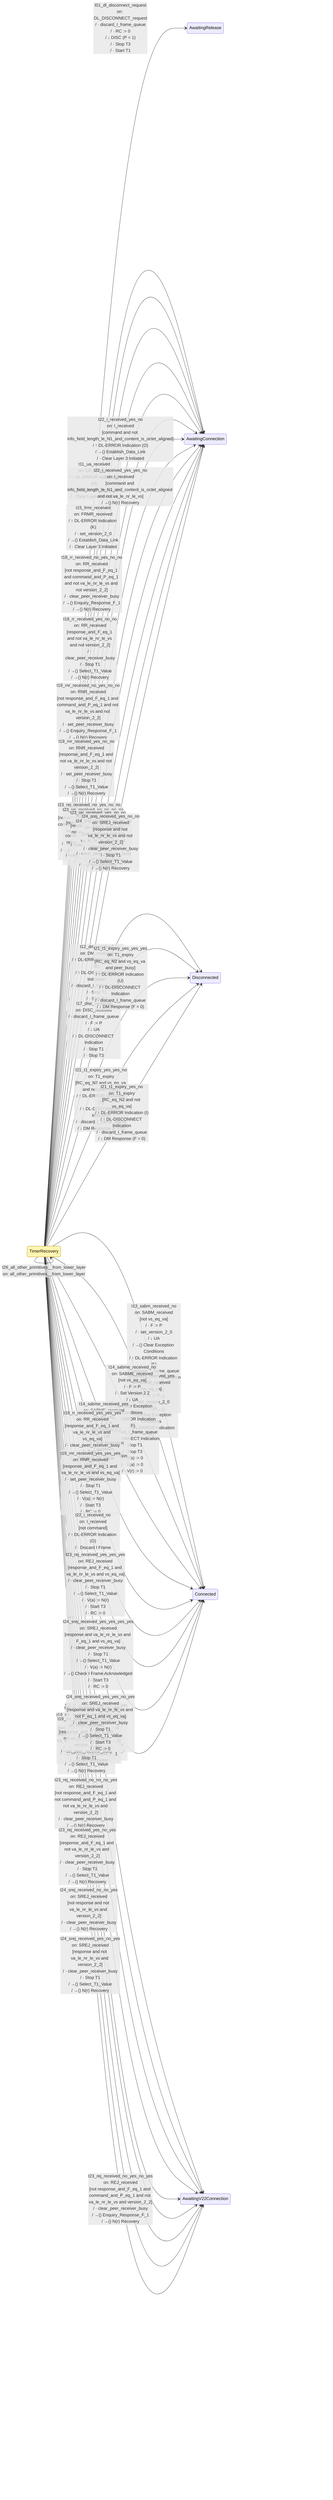
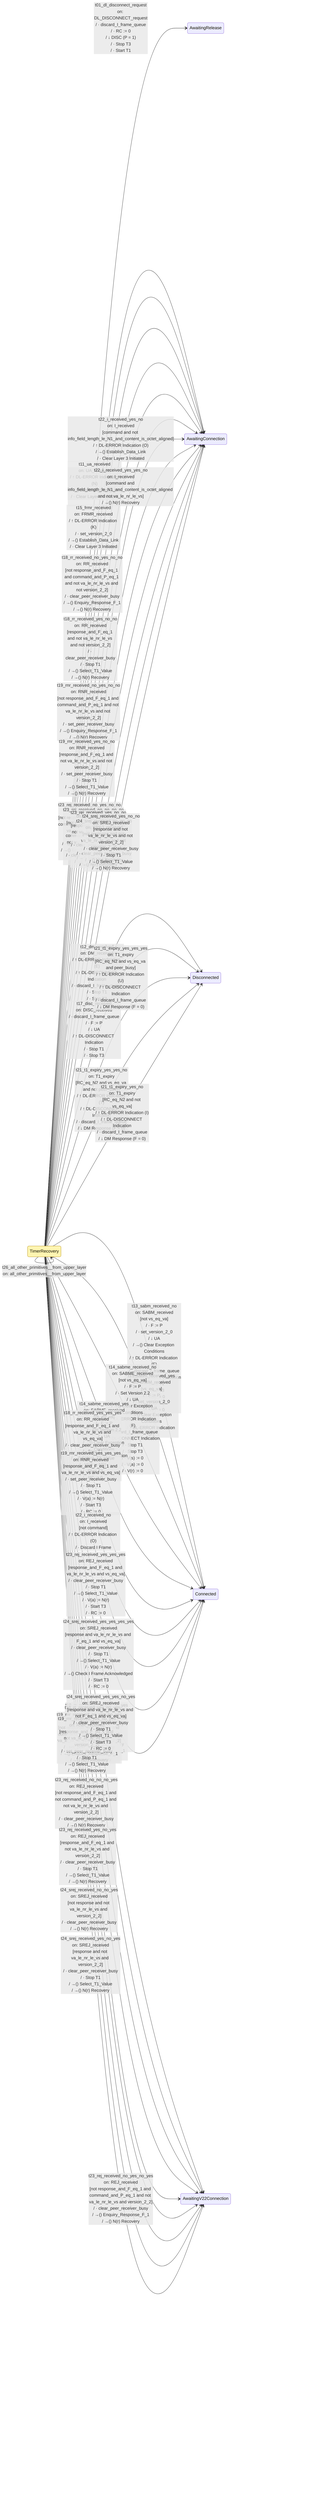
- %% This file was produced by codegen/src/Packet.Sdl.CodeGen from spec-sdl/v2.2-errata/data-link/yaml/timer_recovery.sdl.yaml
+ %% This file was produced by codegen/src/Packet.Sdl.CodeGen from /home/tf/src/ax25sdl/spec-sdl/v2.2-errata/data-link/yaml/timer_recovery.sdl.yaml
%% Do not edit by hand. Run `dotnet run --project codegen/src/Packet.Sdl.CodeGen` to regenerate.
%%
%% Source: ax.25.2.2.4_Oct_25, figure figc4.5
%% Coverage: complete
%%
%% Important: this rendering is approximate and intentionally
%% looks nothing like the original SDL figure. It is a machine-
%% generated view of the transitions in the .sdl.yaml — useful
%% for spotting transcription bugs (missing transitions, wrong
%% destination state) but NOT a substitute for reading the spec
%% figure itself. See docs/sdl-primer.md.

stateDiagram-v2
    direction LR

    classDef focal fill:#fff5b1,stroke:#b08800;
    class TimerRecovery focal
    TimerRecovery --> AwaitingRelease: t01_dl_disconnect_request<br/>on: DL_DISCONNECT_request<br/>/ · discard_I_frame_queue<br/>/ · RC := 0<br/>/ ↓ DISC (P = 1)<br/>/ · Stop T3<br/>/ · Start T1
    TimerRecovery --> TimerRecovery: t02_dl_data_request<br/>on: DL_DATA_request<br/>/ ⇢ Push on I Frame Queue
    TimerRecovery --> TimerRecovery: t03_i_frame_pops_off_queue_yes<br/>on: I_frame_pops_off_queue<br/>[peer_receiver_busy]<br/>/ ⇢ Push I Frame on I Queue
    TimerRecovery --> TimerRecovery: t03_i_frame_pops_off_queue_no_yes<br/>on: I_frame_pops_off_queue<br/>[not peer_receiver_busy and vs_eq_va_plus_k]<br/>/ ⇢ Push I Frame on I Queue
    TimerRecovery --> TimerRecovery: t03_i_frame_pops_off_queue_no_no_yes<br/>on: I_frame_pops_off_queue<br/>[not peer_receiver_busy and not vs_eq_va_plus_k and T1_running]<br/>/ · N(s) := V(s)<br/>/ · N(R) := V(r)<br/>/ · P := 0<br/>/ ↓ I Command<br/>/ · V(s) := V(s) + 1<br/>/ · Clear Acknowledge Pending
    TimerRecovery --> TimerRecovery: t03_i_frame_pops_off_queue_no_no_no<br/>on: I_frame_pops_off_queue<br/>[not peer_receiver_busy and not vs_eq_va_plus_k and not T1_running]<br/>/ · N(s) := V(s)<br/>/ · N(R) := V(r)<br/>/ · P := 0<br/>/ ↓ I Command<br/>/ · V(s) := V(s) + 1<br/>/ · Clear Acknowledge Pending<br/>/ · Stop T3<br/>/ · Start T1
    TimerRecovery --> TimerRecovery: t04_dl_unit_data_request<br/>on: DL_UNIT_DATA_request<br/>/ ↓ UI Command
    TimerRecovery --> TimerRecovery: t05_dl_flow_off_request_yes<br/>on: DL_FLOW_OFF_request<br/>[own_receiver_busy]<br/>/ · Set Own Receiver Busy<br/>/ ↓ RNR Response (F = 0)<br/>/ · Clear Acknowledge Pending
    TimerRecovery --> TimerRecovery: t05_dl_flow_off_request_no<br/>on: DL_FLOW_OFF_request<br/>[not own_receiver_busy]
    TimerRecovery --> TimerRecovery: t06_dl_flow_on_request_yes_no<br/>on: DL_FLOW_ON_request<br/>[own_receiver_busy and not T1_running]<br/>/ · Clear Own Receiver Busy<br/>/ ↓ RR Command (P = 0)<br/>/ · Clear Acknowledge Pending<br/>/ · Stop T3<br/>/ · Start T1
    TimerRecovery --> TimerRecovery: t06_dl_flow_on_request_yes_yes<br/>on: DL_FLOW_ON_request<br/>[own_receiver_busy and T1_running]<br/>/ · Clear Own Receiver Busy<br/>/ ↓ RR Command (P = 0)<br/>/ · Clear Acknowledge Pending
    TimerRecovery --> TimerRecovery: t06_dl_flow_on_request_no<br/>on: DL_FLOW_ON_request<br/>[not own_receiver_busy]
    TimerRecovery --> TimerRecovery: t07_dl_connect_request<br/>on: DL_CONNECT_request<br/>/ · discard_I_frame_queue<br/>/ →() Establish_Data_Link<br/>/ · Set Layer 3 Initiated
    TimerRecovery --> TimerRecovery: t08_control_field_error<br/>on: control_field_error<br/>/ ↑ DL-ERROR Indication (L)<br/>/ · discard_I_frame_queue<br/>/ →() Establish_Data_Link<br/>/ · Set Layer 3 Initiated
    TimerRecovery --> TimerRecovery: t09_info_not_permitted_in_frame<br/>on: info_not_permitted_in_frame<br/>/ ↑ DL-ERROR Indication (M)<br/>/ · discard_I_frame_queue<br/>/ →() Establish_Data_Link<br/>/ · Set Layer 3 Initiated
    TimerRecovery --> TimerRecovery: t10_u_or_s_frame_length_error<br/>on: u_or_s_frame_length_error<br/>/ ↑ DL-ERROR Indication (N)<br/>/ · discard_I_frame_queue<br/>/ →() Establish_Data_Link<br/>/ · Set Layer 3 Initiated
    TimerRecovery --> AwaitingConnection: t11_ua_received<br/>on: UA_received<br/>/ ↑ DL-ERROR Indication (N)<br/>/ →() Establish_Data_Link<br/>/ · Clear Layer 3 Initiated
    TimerRecovery --> Disconnected: t12_dm_received<br/>on: DM_received<br/>/ ↑ DL-ERROR Indication (E)<br/>/ ↑ DL-DISCONNECT Indication<br/>/ · discard_I_frame_queue<br/>/ · Stop T1<br/>/ · Stop T3
    TimerRecovery --> Connected: t13_sabm_received_no<br/>on: SABM_received<br/>[not vs_eq_va]<br/>/ · F := P<br/>/ · set_version_2_0<br/>/ ↓ UA<br/>/ →() Clear Exception Conditions<br/>/ ↑ DL-ERROR Indication (F)<br/>/ · discard_I_frame_queue<br/>/ ↑ DL-CONNECT Indication<br/>/ · Stop T1<br/>/ · Stop T3<br/>/ · V(s) := 0<br/>/ · V(a) := 0<br/>/ · V(r) := 0
    TimerRecovery --> Connected: t13_sabm_received_yes<br/>on: SABM_received<br/>[vs_eq_va]<br/>/ · F := P<br/>/ · set_version_2_0<br/>/ ↓ UA<br/>/ →() Clear Exception Conditions<br/>/ ↑ DL-ERROR Indication (F)
    TimerRecovery --> Connected: t14_sabme_received_no<br/>on: SABME_received<br/>[not vs_eq_va]<br/>/ · F := P<br/>/ · Set Version 2.2<br/>/ ↓ UA<br/>/ →() Clear Exception Conditions<br/>/ ↑ DL-ERROR Indication (F)<br/>/ · discard_I_frame_queue<br/>/ ↑ DL-CONNECT Indication<br/>/ · Stop T1<br/>/ · Stop T3<br/>/ · V(s) := 0<br/>/ · V(a) := 0<br/>/ · V(r) := 0
    TimerRecovery --> Connected: t14_sabme_received_yes<br/>on: SABME_received<br/>[vs_eq_va]<br/>/ · F := P<br/>/ · Set Version 2.2<br/>/ ↓ UA<br/>/ →() Clear Exception Conditions<br/>/ ↑ DL-ERROR Indication (F)
    TimerRecovery --> AwaitingConnection: t15_frmr_received<br/>on: FRMR_received<br/>/ ↑ DL-ERROR Indication (K)<br/>/ · set_version_2_0<br/>/ →() Establish_Data_Link<br/>/ · Clear Layer 3 Initiated
    TimerRecovery --> TimerRecovery: t16_ui_received_yes<br/>on: UI_received<br/>[P_eq_1]<br/>/ →() UI Check<br/>/ →() Enquiry_Response_F_1
    TimerRecovery --> TimerRecovery: t16_ui_received_no<br/>on: UI_received<br/>[not P_eq_1]<br/>/ →() UI Check
    TimerRecovery --> Disconnected: t17_disc_received<br/>on: DISC_received<br/>/ · discard_I_frame_queue<br/>/ · F := P<br/>/ ↓ UA<br/>/ ↑ DL-DISCONNECT Indication<br/>/ · Stop T1<br/>/ · Stop T3
    TimerRecovery --> TimerRecovery: t18_rr_received_no_yes_yes<br/>on: RR_received<br/>[not response_and_F_eq_1 and command_and_P_eq_1 and va_le_nr_le_vs]<br/>/ · clear_peer_receiver_busy<br/>/ →() Enquiry_Response_F_1<br/>/ · V(a) := N(r)
    TimerRecovery --> AwaitingConnection: t18_rr_received_no_yes_no_no<br/>on: RR_received<br/>[not response_and_F_eq_1 and command_and_P_eq_1 and not va_le_nr_le_vs and not version_2_2]<br/>/ · clear_peer_receiver_busy<br/>/ →() Enquiry_Response_F_1<br/>/ →() N(r) Recovery
    TimerRecovery --> AwaitingV22Connection: t18_rr_received_no_yes_no_yes<br/>on: RR_received<br/>[not response_and_F_eq_1 and command_and_P_eq_1 and not va_le_nr_le_vs and version_2_2]<br/>/ · clear_peer_receiver_busy<br/>/ →() Enquiry_Response_F_1<br/>/ →() N(r) Recovery
    TimerRecovery --> TimerRecovery: t18_rr_received_no_no_yes<br/>on: RR_received<br/>[not response_and_F_eq_1 and not command_and_P_eq_1 and va_le_nr_le_vs]<br/>/ · clear_peer_receiver_busy<br/>/ · V(a) := N(r)
    TimerRecovery --> TimerRecovery: t18_rr_received_no_no_no<br/>on: RR_received<br/>[not response_and_F_eq_1 and not command_and_P_eq_1 and not va_le_nr_le_vs]<br/>/ · clear_peer_receiver_busy<br/>/ →() N(r) Recovery
    TimerRecovery --> AwaitingConnection: t18_rr_received_yes_no_no<br/>on: RR_received<br/>[response_and_F_eq_1 and not va_le_nr_le_vs and not version_2_2]<br/>/ · clear_peer_receiver_busy<br/>/ · Stop T1<br/>/ →() Select_T1_Value<br/>/ →() N(r) Recovery
    TimerRecovery --> AwaitingV22Connection: t18_rr_received_yes_no_yes<br/>on: RR_received<br/>[response_and_F_eq_1 and not va_le_nr_le_vs and version_2_2]<br/>/ · clear_peer_receiver_busy<br/>/ · Stop T1<br/>/ →() Select_T1_Value<br/>/ →() N(r) Recovery
    TimerRecovery --> TimerRecovery: t18_rr_received_yes_yes_no<br/>on: RR_received<br/>[response_and_F_eq_1 and va_le_nr_le_vs and not vs_eq_va]<br/>/ · clear_peer_receiver_busy<br/>/ · Stop T1<br/>/ →() Select_T1_Value<br/>/ · V(a) := N(r)<br/>/ →() Invoke Retransmission<br/>/ · Stop T3<br/>/ · Start T1<br/>/ · Set Acknowledge Pending
    TimerRecovery --> Connected: t18_rr_received_yes_yes_yes<br/>on: RR_received<br/>[response_and_F_eq_1 and va_le_nr_le_vs and vs_eq_va]<br/>/ · clear_peer_receiver_busy<br/>/ · Stop T1<br/>/ →() Select_T1_Value<br/>/ · V(a) := N(r)<br/>/ · Start T3<br/>/ · RC := 0
    TimerRecovery --> TimerRecovery: t19_rnr_received_no_yes_yes<br/>on: RNR_received<br/>[not response_and_F_eq_1 and command_and_P_eq_1 and va_le_nr_le_vs]<br/>/ · set_peer_receiver_busy<br/>/ →() Enquiry_Response_F_1<br/>/ · V(a) := N(r)
    TimerRecovery --> AwaitingConnection: t19_rnr_received_no_yes_no_no<br/>on: RNR_received<br/>[not response_and_F_eq_1 and command_and_P_eq_1 and not va_le_nr_le_vs and not version_2_2]<br/>/ · set_peer_receiver_busy<br/>/ →() Enquiry_Response_F_1<br/>/ →() N(r) Recovery
    TimerRecovery --> AwaitingV22Connection: t19_rnr_received_no_yes_no_yes<br/>on: RNR_received<br/>[not response_and_F_eq_1 and command_and_P_eq_1 and not va_le_nr_le_vs and version_2_2]<br/>/ · set_peer_receiver_busy<br/>/ →() Enquiry_Response_F_1<br/>/ →() N(r) Recovery
    TimerRecovery --> TimerRecovery: t19_rnr_received_no_no_yes<br/>on: RNR_received<br/>[not response_and_F_eq_1 and not command_and_P_eq_1 and va_le_nr_le_vs]<br/>/ · set_peer_receiver_busy<br/>/ · V(a) := N(r)
    TimerRecovery --> TimerRecovery: t19_rnr_received_no_no_no<br/>on: RNR_received<br/>[not response_and_F_eq_1 and not command_and_P_eq_1 and not va_le_nr_le_vs]<br/>/ · set_peer_receiver_busy<br/>/ →() N(r) Recovery
    TimerRecovery --> AwaitingConnection: t19_rnr_received_yes_no_no<br/>on: RNR_received<br/>[response_and_F_eq_1 and not va_le_nr_le_vs and not version_2_2]<br/>/ · set_peer_receiver_busy<br/>/ · Stop T1<br/>/ →() Select_T1_Value<br/>/ →() N(r) Recovery
    TimerRecovery --> AwaitingV22Connection: t19_rnr_received_yes_no_yes<br/>on: RNR_received<br/>[response_and_F_eq_1 and not va_le_nr_le_vs and version_2_2]<br/>/ · set_peer_receiver_busy<br/>/ · Stop T1<br/>/ →() Select_T1_Value<br/>/ →() N(r) Recovery
    TimerRecovery --> TimerRecovery: t19_rnr_received_yes_yes_no<br/>on: RNR_received<br/>[response_and_F_eq_1 and va_le_nr_le_vs and not vs_eq_va]<br/>/ · set_peer_receiver_busy<br/>/ · Stop T1<br/>/ →() Select_T1_Value<br/>/ · V(a) := N(r)<br/>/ →() Invoke Retransmission<br/>/ · Stop T3<br/>/ · Start T1<br/>/ · Set Acknowledge Pending
    TimerRecovery --> Connected: t19_rnr_received_yes_yes_yes<br/>on: RNR_received<br/>[response_and_F_eq_1 and va_le_nr_le_vs and vs_eq_va]<br/>/ · set_peer_receiver_busy<br/>/ · Stop T1<br/>/ →() Select_T1_Value<br/>/ · V(a) := N(r)<br/>/ · Start T3<br/>/ · RC := 0
    TimerRecovery --> TimerRecovery: t20_lm_seize_confirm_yes<br/>on: LM_SEIZE_confirm<br/>[ACK_pending]<br/>/ · Clear Acknowledge Pending<br/>/ →() Enquiry Response (F = 0)<br/>/ ↓ LM_RELEASE Request
    TimerRecovery --> TimerRecovery: t20_lm_seize_confirm_no<br/>on: LM_SEIZE_confirm<br/>[not ACK_pending]<br/>/ ↓ LM_RELEASE Request
    TimerRecovery --> TimerRecovery: t21_t1_expiry_no<br/>on: T1_expiry<br/>[not RC_eq_N2]<br/>/ →() Transmit Enquiry<br/>/ · RC := RC + 1
    TimerRecovery --> Disconnected: t21_t1_expiry_yes_yes_yes<br/>on: T1_expiry<br/>[RC_eq_N2 and vs_eq_va and peer_busy]<br/>/ ↑ DL-ERROR Indication (U)<br/>/ ↑ DL-DISCONNECT Indication<br/>/ · discard_I_frame_queue<br/>/ ↓ DM Response (F = 0)
    TimerRecovery --> Disconnected: t21_t1_expiry_yes_yes_no<br/>on: T1_expiry<br/>[RC_eq_N2 and vs_eq_va and not peer_busy]<br/>/ ↑ DL-ERROR Indication (T)<br/>/ ↑ DL-DISCONNECT Indication<br/>/ · discard_I_frame_queue<br/>/ ↓ DM Response (F = 0)
    TimerRecovery --> Disconnected: t21_t1_expiry_yes_no<br/>on: T1_expiry<br/>[RC_eq_N2 and not vs_eq_va]<br/>/ ↑ DL-ERROR Indication (I)<br/>/ ↑ DL-DISCONNECT Indication<br/>/ · discard_I_frame_queue<br/>/ ↓ DM Response (F = 0)
    TimerRecovery --> Connected: t22_i_received_no<br/>on: I_received<br/>[not command]<br/>/ ↑ DL-ERROR Indication (O)<br/>/ · Discard I Frame
    TimerRecovery --> AwaitingConnection: t22_i_received_yes_no<br/>on: I_received<br/>[command and not info_field_length_le_N1_and_content_is_octet_aligned]<br/>/ ↑ DL-ERROR Indication (O)<br/>/ →() Establish_Data_Link<br/>/ · Clear Layer 3 Initiated
    TimerRecovery --> AwaitingConnection: t22_i_received_yes_yes_no<br/>on: I_received<br/>[command and info_field_length_le_N1_and_content_is_octet_aligned and not va_le_nr_le_vs]<br/>/ →() N(r) Recovery
    TimerRecovery --> TimerRecovery: t22_i_received_yes_yes_yes_yes_yes<br/>on: I_received<br/>[command and info_field_length_le_N1_and_content_is_octet_aligned and va_le_nr_le_vs and own_receive_busy and P_eq_1]<br/>/ →() Check_I_Frame_Acknowledged<br/>/ · Discard Contents of I Frame<br/>/ · F := 1<br/>/ · N(r) := V(r)<br/>/ ↓ RNR<br/>/ · Clear Acknowledge Pending
    TimerRecovery --> TimerRecovery: t22_i_received_yes_yes_yes_yes_no<br/>on: I_received<br/>[command and info_field_length_le_N1_and_content_is_octet_aligned and va_le_nr_le_vs and own_receive_busy and not P_eq_1]<br/>/ →() Check_I_Frame_Acknowledged<br/>/ · Discard Contents of I Frame
    TimerRecovery --> TimerRecovery: t22_i_received_yes_yes_yes_no_yes_no_yes<br/>on: I_received<br/>[command and info_field_length_le_N1_and_content_is_octet_aligned and va_le_nr_le_vs and not own_receive_busy and ns_eq_vr and P_eq_1]<br/>/ →() Check_I_Frame_Acknowledged<br/>/ · V(r) := V(r) + 1<br/>/ · Clear Reject Exception<br/>/ · Decrement Sreject Exception if > 0<br/>/ ↑ DL-DATA Indication<br/>/ · F := 1<br/>/ · N(r) := V(r)<br/>/ ↓ RR<br/>/ · Clear Acknowledge Pending
    TimerRecovery --> TimerRecovery: t22_i_received_yes_yes_yes_no_yes_no_no_no<br/>on: I_received<br/>[command and info_field_length_le_N1_and_content_is_octet_aligned and va_le_nr_le_vs and not own_receive_busy and ns_eq_vr and not P_eq_1 and not ack_pending]<br/>/ →() Check_I_Frame_Acknowledged<br/>/ · V(r) := V(r) + 1<br/>/ · Clear Reject Exception<br/>/ · Decrement Sreject Exception if > 0<br/>/ ↑ DL-DATA Indication<br/>/ · Set Acknowledge Pending<br/>/ ↓ LM-SIEZE Request
    TimerRecovery --> TimerRecovery: t22_i_received_yes_yes_yes_no_yes_no_no_yes<br/>on: I_received<br/>[command and info_field_length_le_N1_and_content_is_octet_aligned and va_le_nr_le_vs and not own_receive_busy and ns_eq_vr and not P_eq_1 and ack_pending]<br/>/ →() Check_I_Frame_Acknowledged<br/>/ · V(r) := V(r) + 1<br/>/ · Clear Reject Exception<br/>/ · Decrement Sreject Exception if > 0<br/>/ ↑ DL-DATA Indication
    TimerRecovery --> TimerRecovery: t22_i_received_yes_yes_yes_no_no_yes_yes<br/>on: I_received<br/>[command and info_field_length_le_N1_and_content_is_octet_aligned and va_le_nr_le_vs and not own_receive_busy and not ns_eq_vr and reject_exception and P_eq_1]<br/>/ →() Check_I_Frame_Acknowledged<br/>/ · Discard Contents of I Frame<br/>/ · F := 1<br/>/ · N(r) := V(r)<br/>/ ↓ RR<br/>/ · Clear Acknowledge Pending
    TimerRecovery --> TimerRecovery: t22_i_received_yes_yes_yes_no_no_yes_no<br/>on: I_received<br/>[command and info_field_length_le_N1_and_content_is_octet_aligned and va_le_nr_le_vs and not own_receive_busy and not ns_eq_vr and reject_exception and not P_eq_1]<br/>/ →() Check_I_Frame_Acknowledged<br/>/ · Discard Contents of I Frame
    TimerRecovery --> TimerRecovery: t22_i_received_yes_yes_yes_no_no_no_no<br/>on: I_received<br/>[command and info_field_length_le_N1_and_content_is_octet_aligned and va_le_nr_le_vs and not own_receive_busy and not ns_eq_vr and not reject_exception and not SREJ_enabled]<br/>/ →() Check_I_Frame_Acknowledged<br/>/ · Discard Contents of I Frame<br/>/ · Set Reject Exception<br/>/ · F := P<br/>/ · N(r) := V(r)<br/>/ ↓ REJ<br/>/ · Set Acknowledge Pending
    TimerRecovery --> TimerRecovery: t22_i_received_yes_yes_yes_no_no_no_yes_no_yes<br/>on: I_received<br/>[command and info_field_length_le_N1_and_content_is_octet_aligned and va_le_nr_le_vs and not own_receive_busy and not ns_eq_vr and not reject_exception and SREJ_enabled and not sreject_exception_gt_0 and ns_gt_vr_plus_1]<br/>/ →() Check_I_Frame_Acknowledged<br/>/ · Save Contents of I Frame<br/>/ · Discard Contents of I Frame<br/>/ · Set Reject Exception<br/>/ · F := P<br/>/ · N(r) := V(r)<br/>/ ↓ REJ<br/>/ · Set Acknowledge Pending
    TimerRecovery --> TimerRecovery: t22_i_received_yes_yes_yes_no_no_no_yes_no_no<br/>on: I_received<br/>[command and info_field_length_le_N1_and_content_is_octet_aligned and va_le_nr_le_vs and not own_receive_busy and not ns_eq_vr and not reject_exception and SREJ_enabled and not sreject_exception_gt_0 and not ns_gt_vr_plus_1]<br/>/ →() Check_I_Frame_Acknowledged<br/>/ · Save Contents of I Frame<br/>/ · N(r) := V(r)<br/>/ · F := 1<br/>/ · Sreject := Sreject + 1<br/>/ ↓ SREJ
    TimerRecovery --> TimerRecovery: t22_i_received_yes_yes_yes_no_no_no_yes_yes<br/>on: I_received<br/>[command and info_field_length_le_N1_and_content_is_octet_aligned and va_le_nr_le_vs and not own_receive_busy and not ns_eq_vr and not reject_exception and SREJ_enabled and sreject_exception_gt_0]<br/>/ →() Check_I_Frame_Acknowledged<br/>/ · Save Contents of I Frame<br/>/ · N(r) := V(r)<br/>/ · F := 0<br/>/ · Sreject := Sreject + 1<br/>/ ↓ SREJ
    TimerRecovery --> TimerRecovery: t23_rej_received_no_yes_yes_yes<br/>on: REJ_received<br/>[not response_and_F_eq_1 and command_and_P_eq_1 and va_le_nr_le_vs and vs_eq_va]<br/>/ · clear_peer_receiver_busy<br/>/ →() Enquiry_Response_F_1<br/>/ · V(a) := N(r)
    TimerRecovery --> TimerRecovery: t23_rej_received_no_yes_yes_no<br/>on: REJ_received<br/>[not response_and_F_eq_1 and command_and_P_eq_1 and va_le_nr_le_vs and not vs_eq_va]<br/>/ · clear_peer_receiver_busy<br/>/ →() Enquiry_Response_F_1<br/>/ · V(a) := N(r)<br/>/ →() Invoke Retransmission<br/>/ · Stop T3<br/>/ · Start T1<br/>/ · Clear Acknowledge Pending
    TimerRecovery --> AwaitingV22Connection: t23_rej_received_no_yes_no_yes<br/>on: REJ_received<br/>[not response_and_F_eq_1 and command_and_P_eq_1 and not va_le_nr_le_vs and version_2_2]<br/>/ · clear_peer_receiver_busy<br/>/ →() Enquiry_Response_F_1<br/>/ →() N(r) Recovery
    TimerRecovery --> AwaitingConnection: t23_rej_received_no_yes_no_no<br/>on: REJ_received<br/>[not response_and_F_eq_1 and command_and_P_eq_1 and not va_le_nr_le_vs and not version_2_2]<br/>/ · clear_peer_receiver_busy<br/>/ →() Enquiry_Response_F_1<br/>/ →() N(r) Recovery
    TimerRecovery --> TimerRecovery: t23_rej_received_no_no_yes_yes<br/>on: REJ_received<br/>[not response_and_F_eq_1 and not command_and_P_eq_1 and va_le_nr_le_vs and vs_eq_va]<br/>/ · clear_peer_receiver_busy<br/>/ · V(a) := N(r)
    TimerRecovery --> TimerRecovery: t23_rej_received_no_no_yes_no<br/>on: REJ_received<br/>[not response_and_F_eq_1 and not command_and_P_eq_1 and va_le_nr_le_vs and not vs_eq_va]<br/>/ · clear_peer_receiver_busy<br/>/ · V(a) := N(r)<br/>/ →() Invoke Retransmission<br/>/ · Stop T3<br/>/ · Start T1<br/>/ · Clear Acknowledge Pending
    TimerRecovery --> AwaitingV22Connection: t23_rej_received_no_no_no_yes<br/>on: REJ_received<br/>[not response_and_F_eq_1 and not command_and_P_eq_1 and not va_le_nr_le_vs and version_2_2]<br/>/ · clear_peer_receiver_busy<br/>/ →() N(r) Recovery
    TimerRecovery --> AwaitingConnection: t23_rej_received_no_no_no_no<br/>on: REJ_received<br/>[not response_and_F_eq_1 and not command_and_P_eq_1 and not va_le_nr_le_vs and not version_2_2]<br/>/ · clear_peer_receiver_busy<br/>/ →() N(r) Recovery
    TimerRecovery --> AwaitingV22Connection: t23_rej_received_yes_no_yes<br/>on: REJ_received<br/>[response_and_F_eq_1 and not va_le_nr_le_vs and version_2_2]<br/>/ · clear_peer_receiver_busy<br/>/ · Stop T1<br/>/ →() Select_T1_Value<br/>/ →() N(r) Recovery
    TimerRecovery --> AwaitingConnection: t23_rej_received_yes_no_no<br/>on: REJ_received<br/>[response_and_F_eq_1 and not va_le_nr_le_vs and not version_2_2]<br/>/ · clear_peer_receiver_busy<br/>/ · Stop T1<br/>/ →() Select_T1_Value<br/>/ →() N(r) Recovery
    TimerRecovery --> Connected: t23_rej_received_yes_yes_yes<br/>on: REJ_received<br/>[response_and_F_eq_1 and va_le_nr_le_vs and vs_eq_va]<br/>/ · clear_peer_receiver_busy<br/>/ · Stop T1<br/>/ →() Select_T1_Value<br/>/ · V(a) := N(r)<br/>/ · Start T3<br/>/ · RC := 0
    TimerRecovery --> TimerRecovery: t23_rej_received_yes_yes_no<br/>on: REJ_received<br/>[response_and_F_eq_1 and va_le_nr_le_vs and not vs_eq_va]<br/>/ · clear_peer_receiver_busy<br/>/ · Stop T1<br/>/ →() Select_T1_Value<br/>/ · V(a) := N(r)<br/>/ →() Invoke Retransmission<br/>/ · Stop T3<br/>/ · Start T1<br/>/ · Clear Acknowledge Pending
    TimerRecovery --> TimerRecovery: t24_srej_received_no_yes_yes_yes<br/>on: SREJ_received<br/>[not response and va_le_nr_le_vs and P_eq_1 and vs_eq_va]<br/>/ · clear_peer_receiver_busy<br/>/ · V(a) := N(r)<br/>/ →() Check I Frame Acknowledged
    TimerRecovery --> TimerRecovery: t24_srej_received_no_yes_yes_no<br/>on: SREJ_received<br/>[not response and va_le_nr_le_vs and P_eq_1 and not vs_eq_va]<br/>/ · clear_peer_receiver_busy<br/>/ · V(a) := N(r)<br/>/ →() Check I Frame Acknowledged<br/>/ →() Invoke Retransmission
    TimerRecovery --> TimerRecovery: t24_srej_received_no_yes_no_yes<br/>on: SREJ_received<br/>[not response and va_le_nr_le_vs and not P_eq_1 and vs_eq_va]<br/>/ · clear_peer_receiver_busy
    TimerRecovery --> TimerRecovery: t24_srej_received_no_yes_no_no<br/>on: SREJ_received<br/>[not response and va_le_nr_le_vs and not P_eq_1 and not vs_eq_va]<br/>/ · clear_peer_receiver_busy<br/>/ →() Invoke Retransmission
    TimerRecovery --> AwaitingConnection: t24_srej_received_no_no_no<br/>on: SREJ_received<br/>[not response and not va_le_nr_le_vs and not version_2_2]<br/>/ · clear_peer_receiver_busy<br/>/ →() N(r) Recovery
    TimerRecovery --> AwaitingV22Connection: t24_srej_received_no_no_yes<br/>on: SREJ_received<br/>[not response and not va_le_nr_le_vs and version_2_2]<br/>/ · clear_peer_receiver_busy<br/>/ →() N(r) Recovery
    TimerRecovery --> AwaitingConnection: t24_srej_received_yes_no_no<br/>on: SREJ_received<br/>[response and not va_le_nr_le_vs and not version_2_2]<br/>/ · clear_peer_receiver_busy<br/>/ · Stop T1<br/>/ →() Select_T1_Value<br/>/ →() N(r) Recovery
    TimerRecovery --> AwaitingV22Connection: t24_srej_received_yes_no_yes<br/>on: SREJ_received<br/>[response and not va_le_nr_le_vs and version_2_2]<br/>/ · clear_peer_receiver_busy<br/>/ · Stop T1<br/>/ →() Select_T1_Value<br/>/ →() N(r) Recovery
    TimerRecovery --> Connected: t24_srej_received_yes_yes_yes_yes<br/>on: SREJ_received<br/>[response and va_le_nr_le_vs and F_eq_1 and vs_eq_va]<br/>/ · clear_peer_receiver_busy<br/>/ · Stop T1<br/>/ →() Select_T1_Value<br/>/ · V(a) := N(r)<br/>/ →() Check I Frame Acknowledged<br/>/ · Start T3<br/>/ · RC := 0
    TimerRecovery --> TimerRecovery: t24_srej_received_yes_yes_yes_no<br/>on: SREJ_received<br/>[response and va_le_nr_le_vs and F_eq_1 and not vs_eq_va]<br/>/ · clear_peer_receiver_busy<br/>/ · Stop T1<br/>/ →() Select_T1_Value<br/>/ · V(a) := N(r)<br/>/ →() Check I Frame Acknowledged<br/>/ ⇢ push_frame_on_queue<br/>/ ↓ LM-DATA Request<br/>/ · Stop T3<br/>/ · Start T1<br/>/ · Clear Acknowledge Pending<br/>/ →() Invoke Retransmission
    TimerRecovery --> Connected: t24_srej_received_yes_yes_no_yes<br/>on: SREJ_received<br/>[response and va_le_nr_le_vs and not F_eq_1 and vs_eq_va]<br/>/ · clear_peer_receiver_busy<br/>/ · Stop T1<br/>/ →() Select_T1_Value<br/>/ · Start T3<br/>/ · RC := 0
    TimerRecovery --> TimerRecovery: t24_srej_received_yes_yes_no_no<br/>on: SREJ_received<br/>[response and va_le_nr_le_vs and not F_eq_1 and not vs_eq_va]<br/>/ · clear_peer_receiver_busy<br/>/ · Stop T1<br/>/ →() Select_T1_Value<br/>/ ⇢ push_frame_on_queue<br/>/ ↓ LM-DATA Request<br/>/ · Stop T3<br/>/ · Start T1<br/>/ · Clear Acknowledge Pending<br/>/ →() Invoke Retransmission
-     TimerRecovery --> TimerRecovery: t25_all_other_primitives__from_upper_layer<br/>on: all_other_primitives__from_upper_layer
-     TimerRecovery --> TimerRecovery: t26_all_other_primitives__from_lower_layer<br/>on: all_other_primitives__from_lower_layer
+     TimerRecovery --> TimerRecovery: t25_all_other_primitives__from_lower_layer<br/>on: all_other_primitives__from_lower_layer
+     TimerRecovery --> TimerRecovery: t26_all_other_primitives__from_upper_layer<br/>on: all_other_primitives__from_upper_layer
